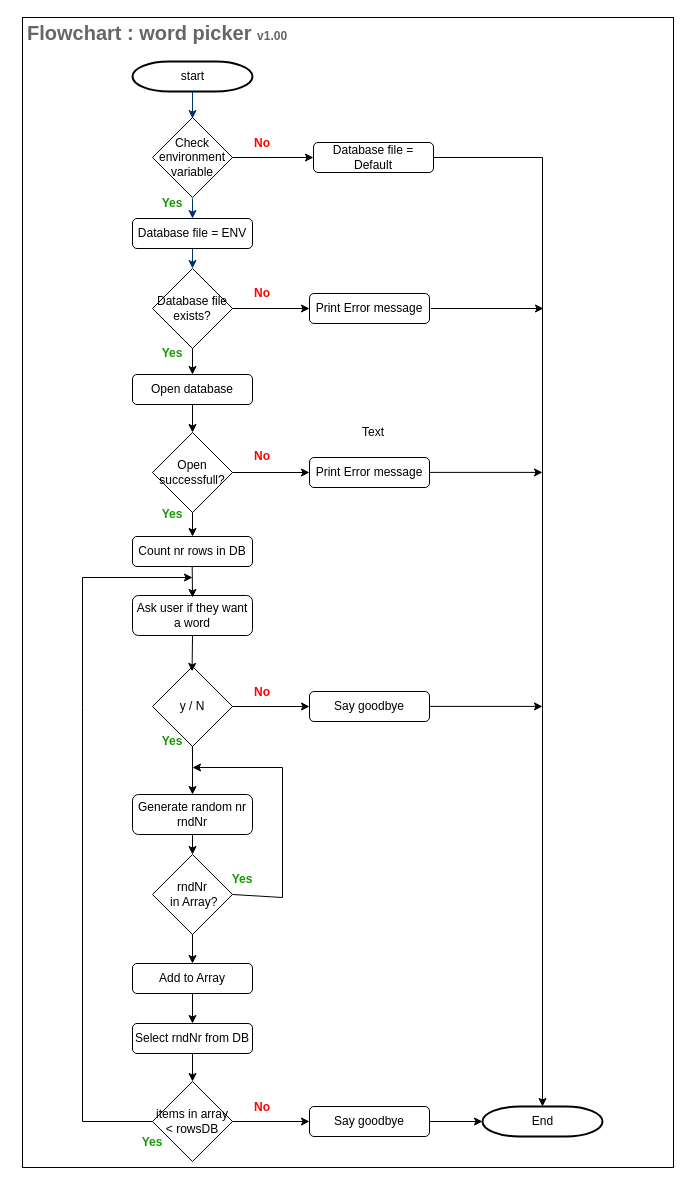
The draw.io diagram 01_Documentation/02_resources/drawio/design-flowchart-word-picker.drawio in tbz-neil-devlin/m431_demo_database, before the edit. Source tidied: cells renumbered, new cells numbered last; positions are measured from the earlier drawing's top-left corner, leaving out a move shared by most shapes. Both pictures are drawn from the tidied source at 100%, with x=0, y=0 at pixel (22, 17).
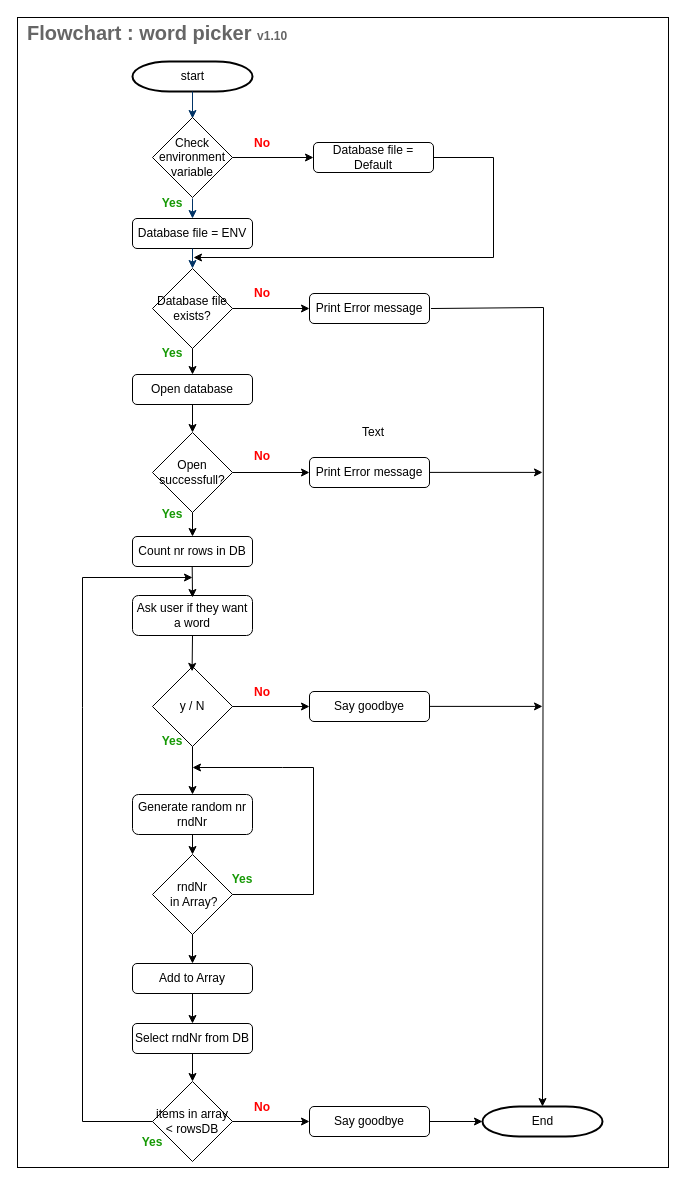
Above is the later version.

Commit message:
Flowchart create database

Unchanged cells that the change refers to:
```xml
<mxCell id="10" value="rndNr&lt;br&gt;&amp;nbsp;in Array?" style="rhombus;whiteSpace=wrap;html=1;" parent="1" vertex="1">
  <mxGeometry x="130" y="837" width="80" height="80" as="geometry" />
</mxCell>
<mxCell id="18" value="Database file = Default" style="rounded=1;whiteSpace=wrap;html=1;" parent="1" vertex="1">
  <mxGeometry x="291" y="125" width="120" height="30" as="geometry" />
</mxCell>
<mxCell id="20" value="Print Error message" style="rounded=1;whiteSpace=wrap;html=1;" parent="1" vertex="1">
  <mxGeometry x="287" y="276" width="120" height="30" as="geometry" />
</mxCell>
<mxCell id="42" value="End" style="shape=mxgraph.flowchart.terminator;strokeWidth=2;gradientColor=none;gradientDirection=north;fontStyle=0;html=1;" parent="1" vertex="1">
  <mxGeometry x="460" y="1089" width="120" height="30" as="geometry" />
</mxCell>
```

The edit, as a diff of the source:
```diff
@@
     <mxCell id="2" style="rounded=0;whiteSpace=wrap;html=1;" parent="1" vertex="1">
-      <mxGeometry width="651" height="1150" as="geometry" />
+      <mxGeometry x="-5" width="651" height="1150" as="geometry" />
     </mxCell>
@@
     <mxCell id="37" style="endArrow=classic;html=1;rounded=0;exitX=1;exitY=0.5;exitDx=0;exitDy=0;" parent="1" edge="1" source="10">
       <mxGeometry relative="1" as="geometry">
         <mxPoint x="170" y="750" as="targetPoint" />
         <Array as="points">
-          <mxPoint x="260" y="880" />
+          <mxPoint x="291" y="877" />
+          <mxPoint x="291" y="750" />
           <mxPoint x="260" y="750" />
         </Array>
       </mxGeometry>
     </mxCell>
@@
-    <mxCell id="50" style="endArrow=classic;html=1;rounded=0;exitX=1;exitY=0.5;exitDx=0;exitDy=0;" parent="1" edge="1" source="18" target="42">
-      <mxGeometry relative="1" as="geometry">
-        <Array as="points">
-          <mxPoint x="520" y="140" />
-        </Array>
-      </mxGeometry>
-    </mxCell>
@@
-    <mxCell id="56" style="endArrow=classic;html=1;rounded=0;exitX=1.012;exitY=0.501;exitDx=0;exitDy=0;exitPerimeter=0;" parent="1" edge="1" source="20">
+    <mxCell id="56" style="endArrow=classic;html=1;rounded=0;exitX=1.012;exitY=0.501;exitDx=0;exitDy=0;exitPerimeter=0;entryX=0.5;entryY=0;entryDx=0;entryDy=0;entryPerimeter=0;" parent="1" edge="1" source="20" target="42">
       <mxGeometry relative="1" as="geometry">
-        <mxPoint x="521" y="291" as="targetPoint" />
+        <Array as="points">
+          <mxPoint x="521" y="290" />
+        </Array>
       </mxGeometry>
     </mxCell>
@@
-    <mxCell id="60" value="&lt;b&gt;&lt;font color=&quot;#666666&quot; style=&quot;font-size: 20px;&quot;&gt;Flowchart : word picker &lt;/font&gt;&lt;font color=&quot;#666666&quot; style=&quot;font-size: 12px;&quot;&gt;v1.00&lt;/font&gt;&lt;/b&gt;" style="text;html=1;strokeColor=none;fillColor=none;align=left;verticalAlign=middle;whiteSpace=wrap;rounded=0;" parent="1" vertex="1">
+    <mxCell id="60" value="&lt;b&gt;&lt;font color=&quot;#666666&quot; style=&quot;font-size: 20px;&quot;&gt;Flowchart : word picker &lt;/font&gt;&lt;font color=&quot;#666666&quot; style=&quot;font-size: 12px;&quot;&gt;v1.10&lt;/font&gt;&lt;/b&gt;" style="text;html=1;strokeColor=none;fillColor=none;align=left;verticalAlign=middle;whiteSpace=wrap;rounded=0;" parent="1" vertex="1">
       <mxGeometry x="3" width="610" height="30" as="geometry" />
     </mxCell>
+    <mxCell id="61" style="endArrow=classic;html=1;rounded=0;exitX=1;exitY=0.5;exitDx=0;exitDy=0;" parent="1" edge="1" source="18">
+      <mxGeometry relative="1" as="geometry">
+        <mxPoint x="171" y="240" as="targetPoint" />
+        <Array as="points">
+          <mxPoint x="471" y="140" />
+          <mxPoint x="471" y="240" />
+        </Array>
+      </mxGeometry>
+    </mxCell>
```
